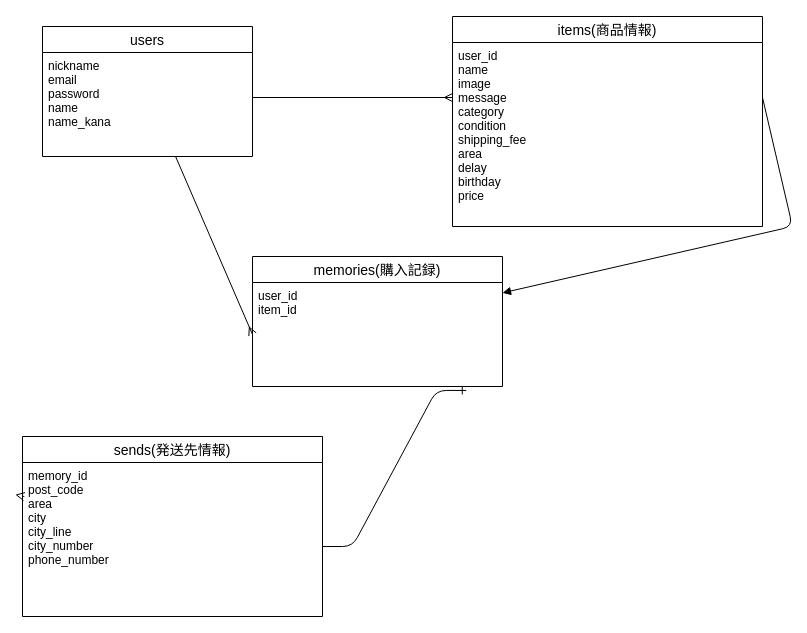
Above: app/views/ER.dio in yyudaii/furima-41117 (draw.io), before the change. Source tidied: cells renumbered, new cells numbered last; positions are measured from the earlier drawing's top-left corner, leaving out a move shared by most shapes. Both pictures are drawn from the tidied source at 100%, with x=0, y=0 at pixel (22, 16).
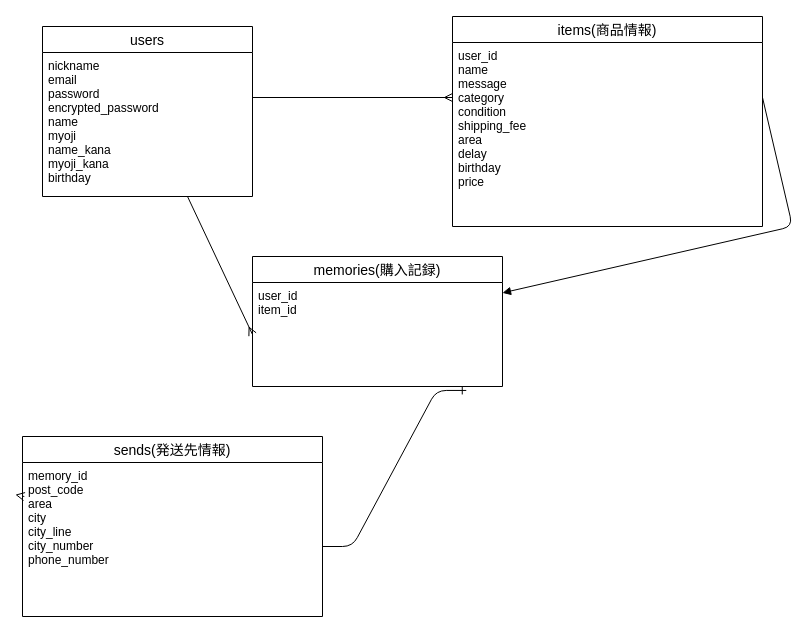
Above is the later version.

Commit message (it also covers changes not shown here):
ER図、READMEの再々修正

The change refers to these unchanged cells:
```xml
<mxCell id="9" value="items(商品情報)" style="swimlane;fontStyle=0;horizontal=1;startSize=26;align=center;fontSize=14;" parent="1" vertex="1">
  <mxGeometry x="430" width="310" height="210" as="geometry" />
</mxCell>
```

Diff of the diagram source:
```diff
@@
     <mxCell id="3" value="users" style="swimlane;fontStyle=0;horizontal=1;startSize=26;align=center;fontSize=14;" parent="1" vertex="1">
-      <mxGeometry x="20" y="10" width="210" height="130" as="geometry" />
+      <mxGeometry x="20" y="10" width="210" height="170" as="geometry" />
     </mxCell>
-    <mxCell id="4" value="nickname&#10;email &#10;password&#10;name&#10;name_kana&#10;" style="text;strokeColor=none;fillColor=none;spacingLeft=4;spacingRight=4;overflow=hidden;fontSize=12;" parent="3" vertex="1">
-      <mxGeometry y="26" width="210" height="104" as="geometry" />
+    <mxCell id="4" value="nickname&#10;email &#10;password&#10;encrypted_password&#10;name&#10;myoji&#10;name_kana&#10;myoji_kana&#10;birthday" style="text;strokeColor=none;fillColor=none;spacingLeft=4;spacingRight=4;overflow=hidden;fontSize=12;" parent="3" vertex="1">
+      <mxGeometry y="26" width="210" height="144" as="geometry" />
     </mxCell>
@@
-    <mxCell id="10" value="user_id&#10;name&#10;image&#10;message&#10;category&#10;condition&#10;shipping_fee&#10;area&#10;delay&#10;birthday&#10;price" style="text;strokeColor=none;fillColor=none;spacingLeft=4;spacingRight=4;overflow=hidden;fontSize=12;" parent="9" vertex="1">
+    <mxCell id="10" value="user_id&#10;name&#10;message&#10;category&#10;condition&#10;shipping_fee&#10;area&#10;delay&#10;birthday&#10;price" style="text;strokeColor=none;fillColor=none;spacingLeft=4;spacingRight=4;overflow=hidden;fontSize=12;" parent="9" vertex="1">
       <mxGeometry y="26" width="310" height="184" as="geometry" />
     </mxCell>
```
